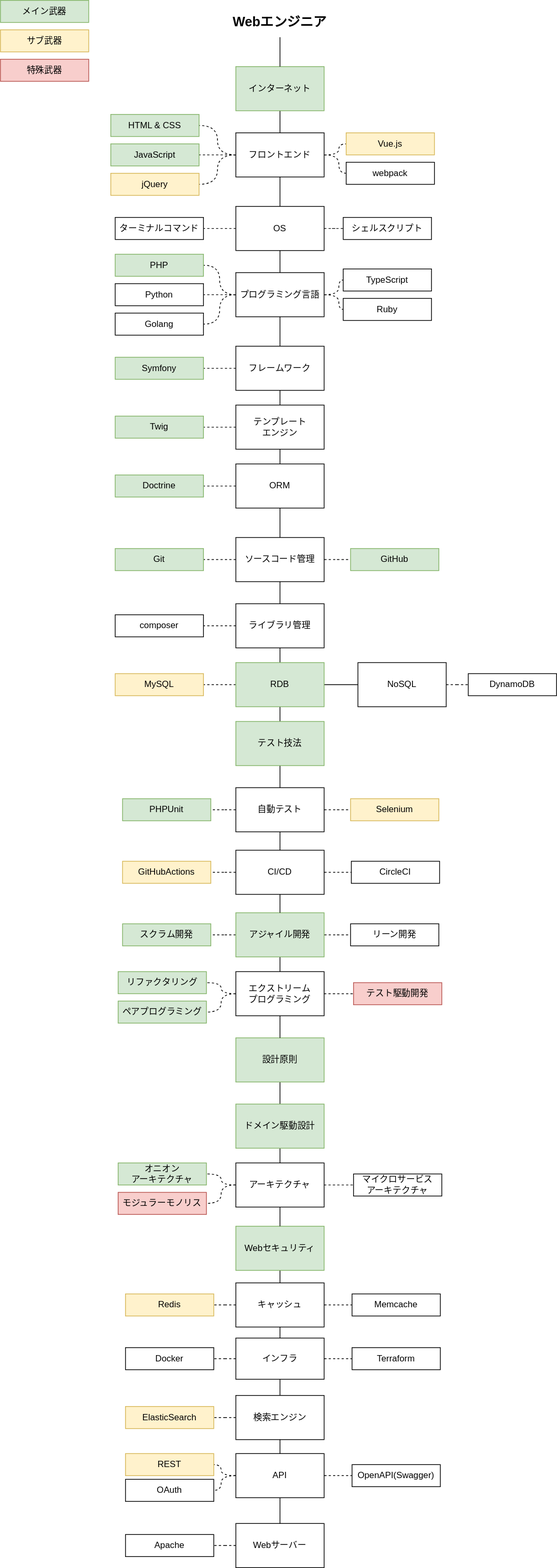
This is assets/web-engineer.drawio.svg from openwork-oss/engineer-roadmap, a draw.io export, as it was before one commit. Source tidied: cells renumbered, new cells last; positions are measured from the earlier drawing's top-left corner, leaving out a move shared by most shapes.
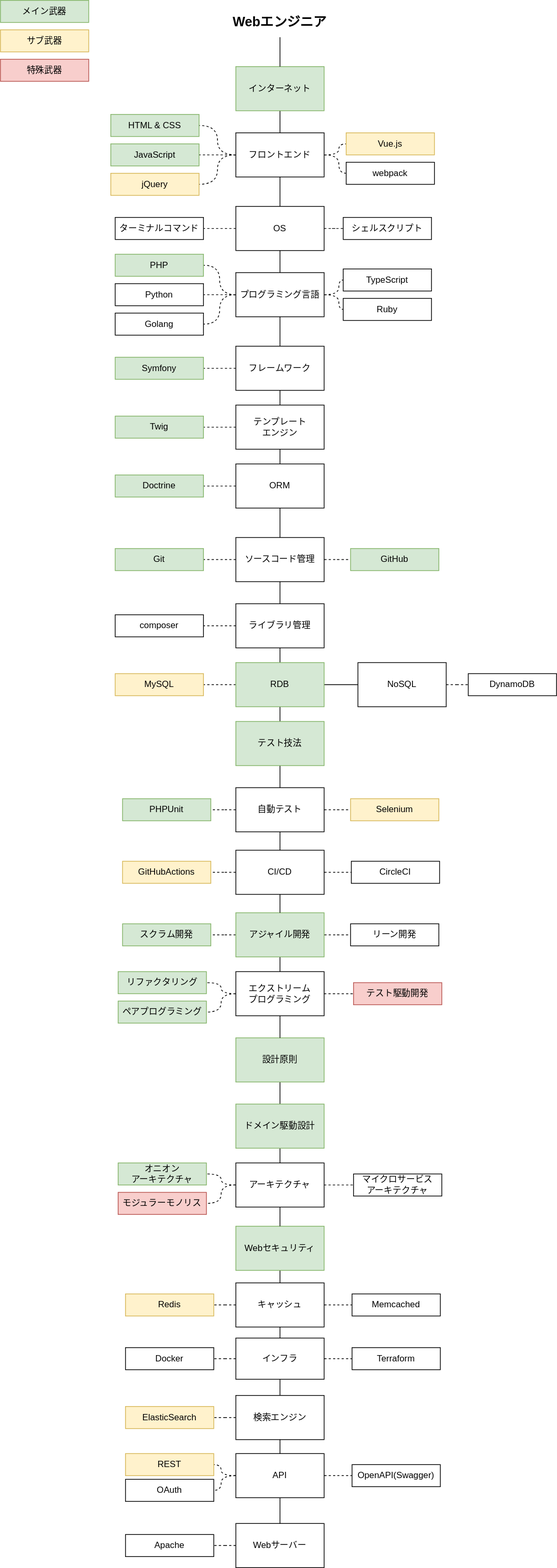
After the change.

Diff of the diagram source:
```diff
@@ -260,7 +260,7 @@
     <mxCell id="87" value="Redis" style="rounded=0;whiteSpace=wrap;html=1;fontSize=12;fillColor=#fff2cc;strokeColor=#d6b656;" parent="1" vertex="1">
       <mxGeometry x="170" y="1758" width="120" height="30" as="geometry" />
     </mxCell>
-    <mxCell id="88" value="Memcache" style="rounded=0;whiteSpace=wrap;html=1;fontSize=12;" parent="1" vertex="1">
+    <mxCell id="88" value="Memcached" style="rounded=0;whiteSpace=wrap;html=1;fontSize=12;" parent="1" vertex="1">
       <mxGeometry x="478" y="1758" width="120" height="30" as="geometry" />
     </mxCell>
     <mxCell id="89" value="PHPUnit" style="rounded=0;whiteSpace=wrap;html=1;fontSize=12;fillColor=#d5e8d4;strokeColor=#82b366;" parent="1" vertex="1">
```
